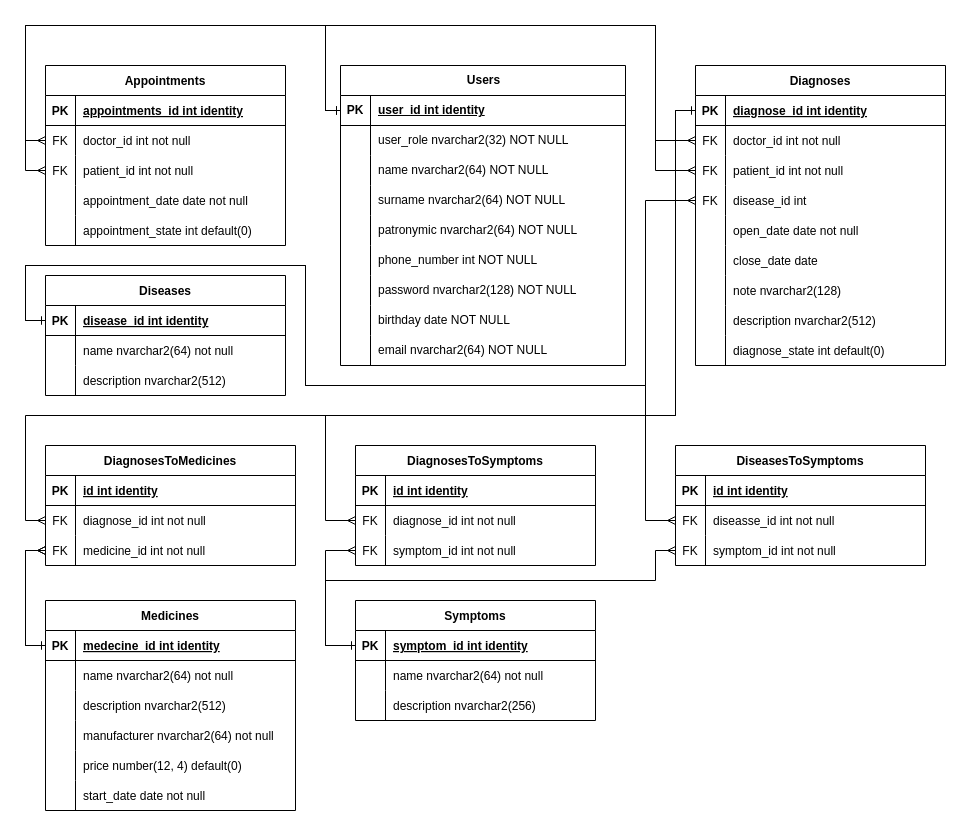
DioMain/BD_Cursach keeps this draw.io diagram as Диаграмма сущностей.drawio. Above is the earlier version. Source tidied: cells renumbered, new cells numbered last; positions are measured from the earlier drawing's top-left corner, leaving out a move shared by most shapes. Both pictures are drawn from the tidied source at 100%, with x=0, y=0 at pixel (25, 25).
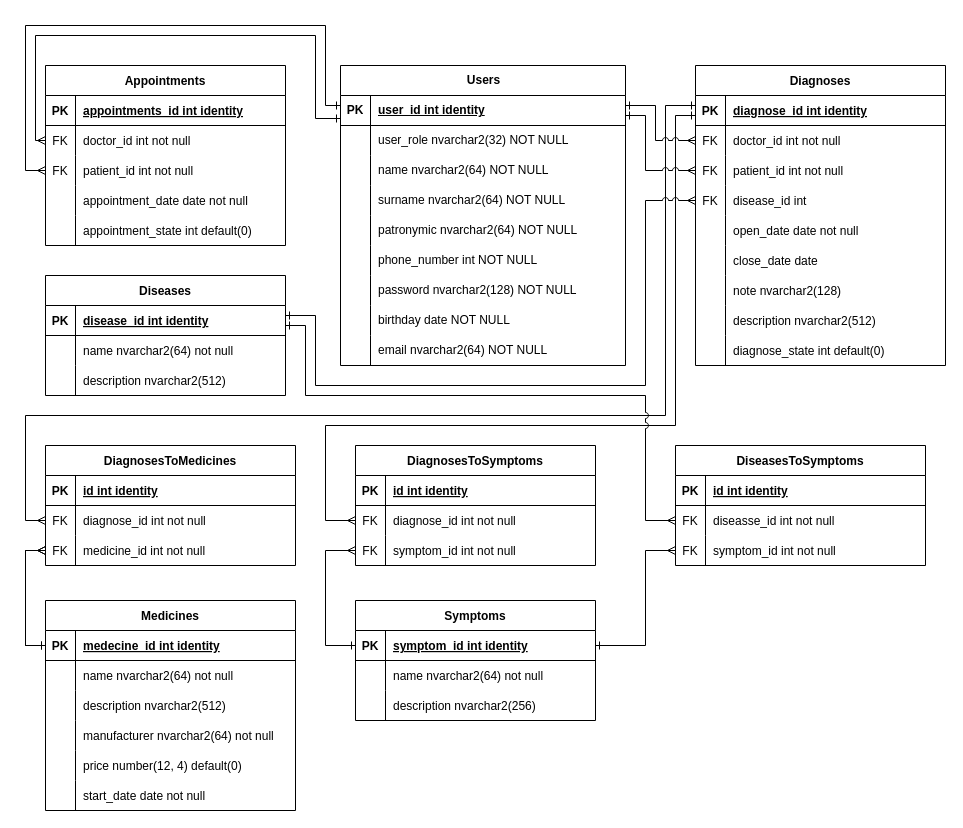
The same page after the edit.

The change refers to these unchanged cells:
```xml
<mxCell id="3" style="shape=partialRectangle;fillColor=none;points=[[0,0.5],[1,0.5]];portConstraint=eastwest;top=0;left=0;right=0;bottom=1;" parent="2" vertex="1">
  <mxGeometry y="30" width="250" height="30" as="geometry" />
</mxCell>
<mxCell id="6" style="shape=partialRectangle;fillColor=none;points=[[0,0.5],[1,0.5]];portConstraint=eastwest;top=0;left=0;right=0;bottom=0;" parent="2" vertex="1">
  <mxGeometry y="60" width="250" height="30" as="geometry" />
</mxCell>
<mxCell id="9" style="shape=partialRectangle;fillColor=none;points=[[0,0.5],[1,0.5]];portConstraint=eastwest;top=0;left=0;right=0;bottom=0;" parent="2" vertex="1">
  <mxGeometry y="90" width="250" height="30" as="geometry" />
</mxCell>
<mxCell id="12" style="shape=partialRectangle;fillColor=none;points=[[0,0.5],[1,0.5]];portConstraint=eastwest;top=0;left=0;right=0;bottom=0;" parent="2" vertex="1">
  <mxGeometry y="120" width="250" height="30" as="geometry" />
</mxCell>
<mxCell id="31" style="shape=tableRow;horizontal=0;startSize=0;swimlaneHead=0;swimlaneBody=0;fillColor=none;points=[[0,0.5],[1,0.5]];portConstraint=eastwest;top=0;left=0;right=0;bottom=1;" parent="30" vertex="1">
  <mxGeometry y="30" width="285" height="30" as="geometry" />
</mxCell>
<mxCell id="59" style="shape=partialRectangle;fillColor=none;points=[[0,0.5],[1,0.5]];portConstraint=eastwest;top=0;left=0;right=0;bottom=1;" parent="58" vertex="1">
  <mxGeometry y="30" width="240" height="30" as="geometry" />
</mxCell>
<mxCell id="72" style="shape=partialRectangle;fillColor=none;points=[[0,0.5],[1,0.5]];portConstraint=eastwest;top=0;left=0;right=0;bottom=0;" parent="68" vertex="1">
  <mxGeometry y="60" width="240" height="30" as="geometry" />
</mxCell>
<mxCell id="75" style="shape=partialRectangle;fillColor=none;points=[[0,0.5],[1,0.5]];portConstraint=eastwest;top=0;left=0;right=0;bottom=0;" parent="68" vertex="1">
  <mxGeometry y="90" width="240" height="30" as="geometry" />
</mxCell>
<mxCell id="88" style="shape=partialRectangle;fillColor=none;points=[[0,0.5],[1,0.5]];portConstraint=eastwest;top=0;left=0;right=0;bottom=0;" parent="84" vertex="1">
  <mxGeometry y="60" width="240" height="30" as="geometry" />
</mxCell>
<mxCell id="98" style="shape=partialRectangle;fillColor=none;points=[[0,0.5],[1,0.5]];portConstraint=eastwest;top=0;left=0;right=0;bottom=0;" parent="94" vertex="1">
  <mxGeometry y="60" width="250" height="30" as="geometry" />
</mxCell>
<mxCell id="101" style="shape=partialRectangle;fillColor=none;points=[[0,0.5],[1,0.5]];portConstraint=eastwest;top=0;left=0;right=0;bottom=0;" parent="94" vertex="1">
  <mxGeometry y="90" width="250" height="30" as="geometry" />
</mxCell>
<mxCell id="105" style="shape=partialRectangle;fillColor=none;points=[[0,0.5],[1,0.5]];portConstraint=eastwest;top=0;left=0;right=0;bottom=1;" parent="104" vertex="1">
  <mxGeometry y="30" width="250" height="30" as="geometry" />
</mxCell>
<mxCell id="124" style="shape=partialRectangle;fillColor=none;points=[[0,0.5],[1,0.5]];portConstraint=eastwest;top=0;left=0;right=0;bottom=1;" parent="123" vertex="1">
  <mxGeometry y="30" width="240" height="30" as="geometry" />
</mxCell>
<mxCell id="137" style="shape=partialRectangle;fillColor=none;points=[[0,0.5],[1,0.5]];portConstraint=eastwest;top=0;left=0;right=0;bottom=0;" parent="133" vertex="1">
  <mxGeometry y="60" width="250" height="30" as="geometry" />
</mxCell>
<mxCell id="140" style="shape=partialRectangle;fillColor=none;points=[[0,0.5],[1,0.5]];portConstraint=eastwest;top=0;left=0;right=0;bottom=0;" parent="133" vertex="1">
  <mxGeometry y="90" width="250" height="30" as="geometry" />
</mxCell>
```

Change to the diagram source:
```diff
@@
-    <mxCell id="143" style="edgeStyle=orthogonalEdgeStyle;rounded=0;jettySize=auto;html=1;exitX=0;exitY=0.5;exitDx=0;exitDy=0;entryX=0;entryY=0.5;entryDx=0;entryDy=0;startArrow=ERmany;startFill=0;endArrow=ERone;endFill=0;" parent="1" edge="1" source="12" target="124">
-      <mxGeometry relative="1" as="geometry">
-        <Array as="points">
-          <mxPoint x="620" y="175" />
-          <mxPoint x="620" y="360" />
-          <mxPoint x="280" y="360" />
-          <mxPoint x="280" y="240" />
-          <mxPoint y="240" />
-          <mxPoint y="295" />
-        </Array>
-      </mxGeometry>
-    </mxCell>
-    <mxCell id="144" style="edgeStyle=orthogonalEdgeStyle;rounded=0;jettySize=auto;html=1;exitX=0;exitY=0.5;exitDx=0;exitDy=0;entryX=0;entryY=0.5;entryDx=0;entryDy=0;endArrow=ERmany;endFill=0;startArrow=ERone;startFill=0;" parent="1" edge="1" source="124" target="137">
-      <mxGeometry relative="1" as="geometry">
-        <Array as="points">
-          <mxPoint y="295" />
-          <mxPoint y="240" />
-          <mxPoint x="280" y="240" />
-          <mxPoint x="280" y="360" />
-          <mxPoint x="620" y="360" />
-          <mxPoint x="620" y="495" />
-        </Array>
-      </mxGeometry>
-    </mxCell>
-    <mxCell id="145" style="edgeStyle=orthogonalEdgeStyle;rounded=0;jettySize=auto;html=1;exitX=0;exitY=0.5;exitDx=0;exitDy=0;entryX=0;entryY=0.5;entryDx=0;entryDy=0;startArrow=ERone;startFill=0;endArrow=ERmany;endFill=0;" parent="1" edge="1" source="59" target="140">
-      <mxGeometry relative="1" as="geometry">
-        <Array as="points">
-          <mxPoint x="300" y="620" />
-          <mxPoint x="300" y="555" />
-          <mxPoint x="630" y="555" />
-          <mxPoint x="630" y="525" />
-        </Array>
-      </mxGeometry>
-    </mxCell>
@@
-    <mxCell id="148" style="edgeStyle=orthogonalEdgeStyle;rounded=0;jettySize=auto;html=1;exitX=0;exitY=0.5;exitDx=0;exitDy=0;entryX=0;entryY=0.5;entryDx=0;entryDy=0;startArrow=ERone;startFill=0;endArrow=ERmany;endFill=0;" parent="1" edge="1" source="3" target="88">
+    <mxCell id="148" style="edgeStyle=orthogonalEdgeStyle;rounded=0;jettySize=auto;html=1;entryX=0;entryY=0.5;entryDx=0;entryDy=0;startArrow=ERone;startFill=0;endArrow=ERmany;endFill=0;" parent="1" edge="1" target="88">
       <mxGeometry relative="1" as="geometry">
+        <mxPoint x="670" y="90" as="sourcePoint" />
         <Array as="points">
-          <mxPoint x="650" y="85" />
-          <mxPoint x="650" y="390" />
-          <mxPoint x="300" y="390" />
+          <mxPoint x="650" y="90" />
+          <mxPoint x="650" y="400" />
+          <mxPoint x="300" y="400" />
           <mxPoint x="300" y="495" />
         </Array>
       </mxGeometry>
     </mxCell>
-    <mxCell id="149" style="edgeStyle=orthogonalEdgeStyle;rounded=0;jettySize=auto;html=1;exitX=0;exitY=0.5;exitDx=0;exitDy=0;entryX=0;entryY=0.5;entryDx=0;entryDy=0;startArrow=ERone;startFill=0;endArrow=ERmany;endFill=0;" parent="1" edge="1" source="3" target="98">
+    <mxCell id="149" style="edgeStyle=orthogonalEdgeStyle;rounded=0;jettySize=auto;html=1;entryX=0;entryY=0.5;entryDx=0;entryDy=0;startArrow=ERone;startFill=0;endArrow=ERmany;endFill=0;shadow=0;sourcePerimeterSpacing=0;horizontal=1;noJump=0;orthogonal=0;enumerate=0;snapToPoint=0;backgroundOutline=0;flowAnimation=0;jumpStyle=arc;jumpSize=12;" parent="1" edge="1" target="98">
       <mxGeometry relative="1" as="geometry">
+        <mxPoint x="670" y="80" as="sourcePoint" />
         <Array as="points">
-          <mxPoint x="650" y="85" />
-          <mxPoint x="650" y="390" />
+          <mxPoint x="640" y="80" />
+          <mxPoint x="640" y="390" />
           <mxPoint y="390" />
           <mxPoint y="495" />
         </Array>
       </mxGeometry>
     </mxCell>
-    <mxCell id="150" style="edgeStyle=orthogonalEdgeStyle;rounded=0;jettySize=auto;html=1;exitX=0;exitY=0.5;exitDx=0;exitDy=0;entryX=0;entryY=0.5;entryDx=0;entryDy=0;startArrow=ERone;startFill=0;endArrow=ERmany;endFill=0;" parent="1" edge="1" source="31" target="72">
+    <mxCell id="150" style="edgeStyle=orthogonalEdgeStyle;rounded=0;jettySize=auto;html=1;entryX=0;entryY=0.5;entryDx=0;entryDy=0;startArrow=ERone;startFill=0;endArrow=ERmany;endFill=0;" parent="1" edge="1" source="31" target="72">
       <mxGeometry relative="1" as="geometry">
         <Array as="points">
-          <mxPoint x="300" y="85" />
-          <mxPoint x="300" />
-          <mxPoint />
-          <mxPoint y="115" />
+          <mxPoint x="290" y="93" />
+          <mxPoint x="290" y="10" />
+          <mxPoint x="10" y="10" />
+          <mxPoint x="10" y="115" />
         </Array>
       </mxGeometry>
     </mxCell>
-    <mxCell id="151" style="edgeStyle=orthogonalEdgeStyle;rounded=0;jettySize=auto;html=1;exitX=0;exitY=0.5;exitDx=0;exitDy=0;entryX=0;entryY=0.5;entryDx=0;entryDy=0;startArrow=ERone;startFill=0;endArrow=ERmany;endFill=0;" parent="1" edge="1" source="31" target="75">
+    <mxCell id="151" style="edgeStyle=orthogonalEdgeStyle;rounded=0;jettySize=auto;html=1;entryX=0;entryY=0.5;entryDx=0;entryDy=0;startArrow=ERone;startFill=0;endArrow=ERmany;endFill=0;" parent="1" edge="1" source="31" target="75">
       <mxGeometry relative="1" as="geometry">
         <Array as="points">
-          <mxPoint x="300" y="85" />
+          <mxPoint x="300" y="80" />
           <mxPoint x="300" />
           <mxPoint />
           <mxPoint y="145" />
         </Array>
       </mxGeometry>
     </mxCell>
+    <mxCell id="154" style="edgeStyle=orthogonalEdgeStyle;rounded=0;jettySize=auto;html=1;exitX=0;exitY=0.5;exitDx=0;exitDy=0;entryX=0;entryY=0.5;entryDx=0;entryDy=0;startArrow=ERone;startFill=0;endArrow=ERmany;endFill=0;" parent="1" edge="1" source="105" target="101">
+      <mxGeometry relative="1" as="geometry">
+        <Array as="points">
+          <mxPoint y="620" />
+          <mxPoint y="525" />
+        </Array>
+      </mxGeometry>
+    </mxCell>
-    <mxCell id="152" style="edgeStyle=orthogonalEdgeStyle;rounded=0;jettySize=auto;html=1;exitX=0;exitY=0.5;exitDx=0;exitDy=0;entryX=0;entryY=0.5;entryDx=0;entryDy=0;startArrow=ERone;startFill=0;endArrow=ERmany;endFill=0;" parent="1" edge="1" source="31" target="6">
+    <mxCell id="152" style="edgeStyle=orthogonalEdgeStyle;rounded=0;jettySize=auto;html=1;entryX=0;entryY=0.5;entryDx=0;entryDy=0;endArrow=ERmany;endFill=0;startArrow=ERone;startFill=0;jumpStyle=arc;" parent="1" edge="1" source="31" target="6">
       <mxGeometry relative="1" as="geometry">
         <Array as="points">
-          <mxPoint x="300" y="85" />
-          <mxPoint x="300" />
-          <mxPoint x="630" />
+          <mxPoint x="630" y="80" />
           <mxPoint x="630" y="115" />
         </Array>
       </mxGeometry>
     </mxCell>
-    <mxCell id="153" style="edgeStyle=orthogonalEdgeStyle;rounded=0;jettySize=auto;html=1;exitX=0;exitY=0.5;exitDx=0;exitDy=0;entryX=0;entryY=0.5;entryDx=0;entryDy=0;startArrow=ERone;startFill=0;endArrow=ERmany;endFill=0;" parent="1" edge="1" source="31" target="9">
+    <mxCell id="153" style="edgeStyle=orthogonalEdgeStyle;rounded=0;jettySize=auto;html=1;endArrow=ERmany;endFill=0;startArrow=ERone;startFill=0;jumpStyle=arc;" parent="1" edge="1" source="31" target="9">
       <mxGeometry relative="1" as="geometry">
         <Array as="points">
-          <mxPoint x="300" y="85" />
-          <mxPoint x="300" />
-          <mxPoint x="630" />
-          <mxPoint x="630" y="145" />
+          <mxPoint x="620" y="90" />
+          <mxPoint x="620" y="145" />
         </Array>
       </mxGeometry>
     </mxCell>
-    <mxCell id="154" style="edgeStyle=orthogonalEdgeStyle;rounded=0;jettySize=auto;html=1;exitX=0;exitY=0.5;exitDx=0;exitDy=0;entryX=0;entryY=0.5;entryDx=0;entryDy=0;startArrow=ERone;startFill=0;endArrow=ERmany;endFill=0;" parent="1" edge="1" source="105" target="101">
-      <mxGeometry relative="1" as="geometry">
-        <Array as="points">
-          <mxPoint y="620" />
-          <mxPoint y="525" />
-        </Array>
-      </mxGeometry>
-    </mxCell>
+    <mxCell id="155" style="edgeStyle=orthogonalEdgeStyle;rounded=0;jettySize=auto;html=1;entryX=0;entryY=0.5;entryDx=0;entryDy=0;startArrow=ERone;startFill=0;endArrow=ERmany;endFill=0;jumpStyle=arc;" parent="1" edge="1" source="124" target="12">
+      <mxGeometry relative="1" as="geometry">
+        <Array as="points">
+          <mxPoint x="290" y="290" />
+          <mxPoint x="290" y="360" />
+          <mxPoint x="620" y="360" />
+          <mxPoint x="620" y="175" />
+        </Array>
+      </mxGeometry>
+    </mxCell>
+    <mxCell id="144" style="edgeStyle=orthogonalEdgeStyle;rounded=0;jettySize=auto;html=1;entryX=0;entryY=0.5;entryDx=0;entryDy=0;startArrow=ERone;startFill=0;endArrow=ERmany;endFill=0;jumpStyle=arc;" parent="1" edge="1" source="124" target="137">
+      <mxGeometry relative="1" as="geometry">
+        <Array as="points">
+          <mxPoint x="280" y="300" />
+          <mxPoint x="280" y="370" />
+          <mxPoint x="620" y="370" />
+          <mxPoint x="620" y="495" />
+        </Array>
+      </mxGeometry>
+    </mxCell>
+    <mxCell id="145" style="edgeStyle=orthogonalEdgeStyle;rounded=0;jettySize=auto;html=1;entryX=0;entryY=0.5;entryDx=0;entryDy=0;startArrow=ERone;startFill=0;endArrow=ERmany;endFill=0;" parent="1" edge="1" source="59" target="140">
+      <mxGeometry relative="1" as="geometry">
+        <Array as="points">
+          <mxPoint x="620" y="620" />
+          <mxPoint x="620" y="525" />
+        </Array>
+      </mxGeometry>
+    </mxCell>
```
